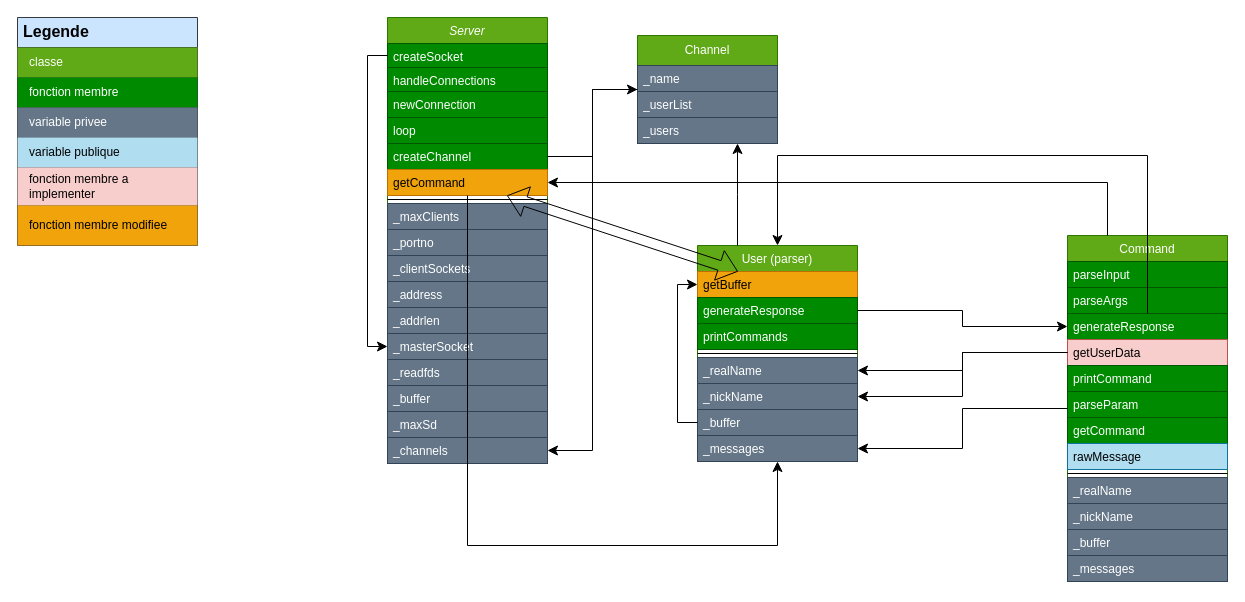
Earlier version of the draw.io diagram irc_diagram.drawio (LucasLion/irc). Source tidied: cells renumbered, new cells numbered last; positions are measured from the earlier drawing's top-left corner, leaving out a move shared by most shapes. Both pictures are drawn from the tidied source at 100%, with x=0, y=0 at pixel (17, 17).
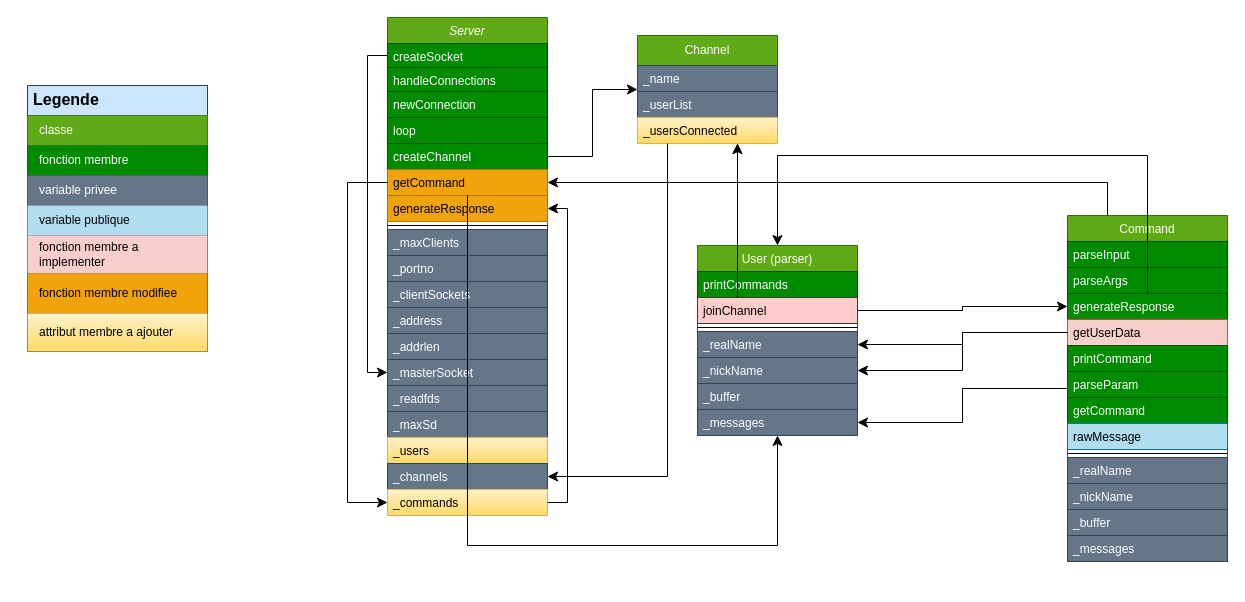
The same diagram, later.

Commit message:
Mettre à jour irc_diagram.drawio

The change refers to these unchanged cells:
```xml
<mxCell id="7" value="createChannel" style="text;align=left;verticalAlign=top;spacingLeft=4;spacingRight=4;overflow=hidden;points=[[0,0.5],[1,0.5]];portConstraint=eastwest;rounded=0;shadow=0;html=0;fillColor=#008a00;fontColor=#ffffff;strokeColor=#005700;" parent="2" vertex="1">
  <mxGeometry y="126" width="160" height="26" as="geometry" />
</mxCell>
<mxCell id="8" value="getCommand" style="text;align=left;verticalAlign=top;spacingLeft=4;spacingRight=4;overflow=hidden;points=[[0,0.5],[1,0.5]];portConstraint=eastwest;fillColor=#f0a30a;fontColor=#000000;strokeColor=#BD7000;" parent="2" vertex="1">
  <mxGeometry y="152" width="160" height="26" as="geometry" />
</mxCell>
<mxCell id="31" value="Channel" style="swimlane;fontStyle=0;horizontal=1;startSize=30;fillColor=#60a917;whiteSpace=wrap;html=1;fontColor=#ffffff;strokeColor=#2D7600;" parent="1" vertex="1">
  <mxGeometry x="620" y="18" width="140" height="108" as="geometry" />
</mxCell>
<mxCell id="40" value="generateResponse" style="text;align=left;verticalAlign=top;spacingLeft=4;spacingRight=4;overflow=hidden;points=[[0,0.5],[1,0.5]];portConstraint=eastwest;rounded=0;shadow=0;html=0;fillColor=#008a00;fontColor=#ffffff;strokeColor=#005700;" parent="37" vertex="1">
  <mxGeometry y="78" width="160" height="26" as="geometry" />
</mxCell>
<mxCell id="41" value="getUserData" style="text;align=left;verticalAlign=top;spacingLeft=4;spacingRight=4;overflow=hidden;points=[[0,0.5],[1,0.5]];portConstraint=eastwest;rounded=0;shadow=0;html=0;fillColor=#f8cecc;strokeColor=#b85450;" parent="37" vertex="1">
  <mxGeometry y="104" width="160" height="26" as="geometry" />
</mxCell>
```

Diff of the diagram source:
```diff
@@
     <mxCell id="2" value="Server" style="swimlane;fontStyle=2;align=center;verticalAlign=top;horizontal=1;startSize=26;rounded=0;shadow=0;strokeWidth=1;fillColor=#60a917;fontColor=#ffffff;strokeColor=#2D7600;" parent="1" vertex="1">
-      <mxGeometry x="370" width="160" height="446" as="geometry" />
+      <mxGeometry x="370" width="160" height="498" as="geometry" />
     </mxCell>
@@
+    <mxCell id="23" value="generateResponse" style="text;align=left;verticalAlign=top;spacingLeft=4;spacingRight=4;overflow=hidden;points=[[0,0.5],[1,0.5]];portConstraint=eastwest;fillColor=#f0a30a;fontColor=#000000;strokeColor=#BD7000;" parent="2" vertex="1">
+      <mxGeometry y="178" width="160" height="26" as="geometry" />
+    </mxCell>
     <mxCell id="9" style="line;html=1;strokeWidth=1;align=left;verticalAlign=middle;spacingTop=-1;spacingLeft=3;spacingRight=3;labelPosition=right;" parent="2" vertex="1">
-      <mxGeometry y="178" width="160" height="8" as="geometry" />
+      <mxGeometry y="204" width="160" height="8" as="geometry" />
     </mxCell>
     <mxCell id="10" value="_maxClients" style="text;align=left;verticalAlign=top;spacingLeft=4;spacingRight=4;overflow=hidden;rounded=0;shadow=0;html=0;fillColor=#647687;fontColor=#ffffff;strokeColor=#314354;" parent="2" vertex="1">
-      <mxGeometry y="186" width="160" height="26" as="geometry" />
+      <mxGeometry y="212" width="160" height="26" as="geometry" />
     </mxCell>
     <mxCell id="11" value="_portno" style="text;align=left;verticalAlign=top;spacingLeft=4;spacingRight=4;overflow=hidden;rounded=0;shadow=0;html=0;fillColor=#647687;fontColor=#ffffff;strokeColor=#314354;" parent="2" vertex="1">
-      <mxGeometry y="212" width="160" height="26" as="geometry" />
+      <mxGeometry y="238" width="160" height="26" as="geometry" />
     </mxCell>
     <mxCell id="12" value="_clientSockets" style="text;align=left;verticalAlign=top;spacingLeft=4;spacingRight=4;overflow=hidden;rounded=0;shadow=0;html=0;fillColor=#647687;fontColor=#ffffff;strokeColor=#314354;" parent="2" vertex="1">
-      <mxGeometry y="238" width="160" height="26" as="geometry" />
+      <mxGeometry y="264" width="160" height="26" as="geometry" />
     </mxCell>
     <mxCell id="13" value="_address" style="text;align=left;verticalAlign=top;spacingLeft=4;spacingRight=4;overflow=hidden;rounded=0;shadow=0;html=0;fillColor=#647687;fontColor=#ffffff;strokeColor=#314354;" parent="2" vertex="1">
-      <mxGeometry y="264" width="160" height="26" as="geometry" />
+      <mxGeometry y="290" width="160" height="26" as="geometry" />
     </mxCell>
     <mxCell id="14" value="_addrlen" style="text;align=left;verticalAlign=top;spacingLeft=4;spacingRight=4;overflow=hidden;rounded=0;shadow=0;html=0;fillColor=#647687;fontColor=#ffffff;strokeColor=#314354;" parent="2" vertex="1">
-      <mxGeometry y="290" width="160" height="26" as="geometry" />
+      <mxGeometry y="316" width="160" height="26" as="geometry" />
     </mxCell>
     <mxCell id="15" value="_masterSocket" style="text;align=left;verticalAlign=top;spacingLeft=4;spacingRight=4;overflow=hidden;points=[[0,0.5],[1,0.5]];portConstraint=eastwest;rounded=0;shadow=0;html=0;fillColor=#647687;fontColor=#ffffff;strokeColor=#314354;" parent="2" vertex="1">
-      <mxGeometry y="316" width="160" height="26" as="geometry" />
+      <mxGeometry y="342" width="160" height="26" as="geometry" />
     </mxCell>
     <mxCell id="16" value="_readfds&#10;" style="text;align=left;verticalAlign=top;spacingLeft=4;spacingRight=4;overflow=hidden;rounded=0;shadow=0;html=0;fillColor=#647687;fontColor=#ffffff;strokeColor=#314354;" parent="2" vertex="1">
-      <mxGeometry y="342" width="160" height="26" as="geometry" />
+      <mxGeometry y="368" width="160" height="26" as="geometry" />
     </mxCell>
-    <mxCell id="17" value="_buffer" style="text;align=left;verticalAlign=top;spacingLeft=4;spacingRight=4;overflow=hidden;rounded=0;shadow=0;html=0;fillColor=#647687;fontColor=#ffffff;strokeColor=#314354;" parent="2" vertex="1">
-      <mxGeometry y="368" width="160" height="26" as="geometry" />
-    </mxCell>
@@
+    <mxCell id="73" value="_users" style="text;align=left;verticalAlign=top;spacingLeft=4;spacingRight=4;overflow=hidden;rounded=0;shadow=0;html=0;fillColor=#fff2cc;strokeColor=#d6b656;gradientColor=#ffd966;" parent="2" vertex="1">
+      <mxGeometry y="420" width="160" height="26" as="geometry" />
+    </mxCell>
     <mxCell id="19" value="_channels" style="text;align=left;verticalAlign=top;spacingLeft=4;spacingRight=4;overflow=hidden;points=[[0,0.5],[1,0.5]];portConstraint=eastwest;rounded=0;shadow=0;html=0;fillColor=#647687;fontColor=#ffffff;strokeColor=#314354;" parent="2" vertex="1">
-      <mxGeometry y="420" width="160" height="26" as="geometry" />
+      <mxGeometry y="446" width="160" height="26" as="geometry" />
     </mxCell>
@@
+    <mxCell id="74" value="_commands" style="text;align=left;verticalAlign=top;spacingLeft=4;spacingRight=4;overflow=hidden;points=[[0,0.5],[1,0.5]];portConstraint=eastwest;rounded=0;shadow=0;html=0;fillColor=#fff2cc;strokeColor=#d6b656;gradientColor=#ffd966;" parent="2" vertex="1">
+      <mxGeometry y="472" width="160" height="26" as="geometry" />
+    </mxCell>
+    <mxCell id="75" style="edgeStyle=elbowEdgeStyle;elbow=horizontal;endArrow=classic;html=1;curved=0;rounded=0;endSize=8;startSize=8;" parent="2" edge="1" source="8" target="74">
+      <mxGeometry relative="1" as="geometry">
+        <Array as="points">
+          <mxPoint x="-40" y="318" />
+        </Array>
+      </mxGeometry>
+    </mxCell>
+    <mxCell id="76" style="edgeStyle=elbowEdgeStyle;elbow=horizontal;endArrow=classic;html=1;curved=0;rounded=0;endSize=8;startSize=8;" parent="2" edge="1" source="74" target="23">
+      <mxGeometry relative="1" as="geometry">
+        <Array as="points">
+          <mxPoint x="180" y="328" />
+        </Array>
+      </mxGeometry>
+    </mxCell>
     <mxCell id="21" value="User (parser)" style="swimlane;fontStyle=0;align=center;verticalAlign=top;horizontal=1;startSize=26;rounded=0;shadow=0;strokeWidth=1;fillColor=#60a917;fontColor=#ffffff;strokeColor=#2D7600;" parent="1" vertex="1">
-      <mxGeometry x="680" y="228" width="160" height="216" as="geometry" />
+      <mxGeometry x="680" y="228" width="160" height="190" as="geometry" />
     </mxCell>
-    <mxCell id="22" value="getBuffer" style="text;align=left;verticalAlign=top;spacingLeft=4;spacingRight=4;overflow=hidden;points=[[0,0.5],[1,0.5]];portConstraint=eastwest;fillColor=#f0a30a;fontColor=#000000;strokeColor=#BD7000;" parent="21" vertex="1">
-      <mxGeometry y="26" width="160" height="26" as="geometry" />
-    </mxCell>
-    <mxCell id="23" value="generateResponse" style="text;align=left;verticalAlign=top;spacingLeft=4;spacingRight=4;overflow=hidden;points=[[0,0.5],[1,0.5]];portConstraint=eastwest;rounded=0;shadow=0;html=0;fillColor=#008a00;fontColor=#ffffff;strokeColor=#005700;" parent="21" vertex="1">
-      <mxGeometry y="52" width="160" height="26" as="geometry" />
-    </mxCell>
     <mxCell id="24" value="printCommands" style="text;align=left;verticalAlign=top;spacingLeft=4;spacingRight=4;overflow=hidden;rounded=0;shadow=0;html=0;fillColor=#008a00;fontColor=#ffffff;strokeColor=#005700;" parent="21" vertex="1">
-      <mxGeometry y="78" width="160" height="26" as="geometry" />
+      <mxGeometry y="26" width="160" height="26" as="geometry" />
     </mxCell>
+    <mxCell id="77" value="joinChannel" style="text;align=left;verticalAlign=top;spacingLeft=4;spacingRight=4;overflow=hidden;points=[[0,0.5],[1,0.5]];portConstraint=eastwest;rounded=0;shadow=0;html=0;fillColor=#ffcccc;strokeColor=#36393d;" parent="21" vertex="1">
+      <mxGeometry y="52" width="160" height="26" as="geometry" />
+    </mxCell>
     <mxCell id="25" style="line;html=1;strokeWidth=1;align=left;verticalAlign=middle;spacingTop=-1;spacingLeft=3;spacingRight=3;labelPosition=right;" parent="21" vertex="1">
-      <mxGeometry y="104" width="160" height="8" as="geometry" />
+      <mxGeometry y="78" width="160" height="8" as="geometry" />
     </mxCell>
     <mxCell id="26" value="_realName" style="text;align=left;verticalAlign=top;spacingLeft=4;spacingRight=4;overflow=hidden;points=[[0,0.5],[1,0.5]];portConstraint=eastwest;rounded=0;shadow=0;html=0;fillColor=#647687;fontColor=#ffffff;strokeColor=#314354;" parent="21" vertex="1">
-      <mxGeometry y="112" width="160" height="26" as="geometry" />
+      <mxGeometry y="86" width="160" height="26" as="geometry" />
     </mxCell>
     <mxCell id="27" value="_nickName" style="text;align=left;verticalAlign=top;spacingLeft=4;spacingRight=4;overflow=hidden;points=[[0,0.5],[1,0.5]];portConstraint=eastwest;rounded=0;shadow=0;html=0;fillColor=#647687;fontColor=#ffffff;strokeColor=#314354;" parent="21" vertex="1">
-      <mxGeometry y="138" width="160" height="26" as="geometry" />
+      <mxGeometry y="112" width="160" height="26" as="geometry" />
     </mxCell>
     <mxCell id="28" value="_buffer" style="text;align=left;verticalAlign=top;spacingLeft=4;spacingRight=4;overflow=hidden;points=[[0,0.5],[1,0.5]];portConstraint=eastwest;rounded=0;shadow=0;html=0;fillColor=#647687;fontColor=#ffffff;strokeColor=#314354;" parent="21" vertex="1">
-      <mxGeometry y="164" width="160" height="26" as="geometry" />
+      <mxGeometry y="138" width="160" height="26" as="geometry" />
     </mxCell>
     <mxCell id="29" value="_messages" style="text;align=left;verticalAlign=top;spacingLeft=4;spacingRight=4;overflow=hidden;points=[[0,0.5],[1,0.5]];portConstraint=eastwest;rounded=0;shadow=0;html=0;fillColor=#647687;fontColor=#ffffff;strokeColor=#314354;" parent="21" vertex="1">
-      <mxGeometry y="190" width="160" height="26" as="geometry" />
+      <mxGeometry y="164" width="160" height="26" as="geometry" />
     </mxCell>
-    <mxCell id="30" style="edgeStyle=elbowEdgeStyle;elbow=horizontal;endArrow=classic;html=1;curved=0;rounded=0;endSize=8;startSize=8;" parent="21" edge="1" source="28" target="22">
-      <mxGeometry relative="1" as="geometry">
-        <Array as="points">
-          <mxPoint x="-20" y="100" />
-          <mxPoint x="170" y="110" />
-        </Array>
-      </mxGeometry>
-    </mxCell>
@@
-    <mxCell id="34" value="_users" style="text;strokeColor=#314354;fillColor=#647687;align=left;verticalAlign=top;spacingLeft=4;spacingRight=4;overflow=hidden;points=[[0,0.5],[1,0.5]];portConstraint=eastwest;whiteSpace=wrap;html=1;fontColor=#ffffff;" parent="31" vertex="1">
+    <mxCell id="34" value="_usersConnected" style="text;strokeColor=#d6b656;fillColor=#fff2cc;align=left;verticalAlign=top;spacingLeft=4;spacingRight=4;overflow=hidden;points=[[0,0.5],[1,0.5]];portConstraint=eastwest;whiteSpace=wrap;html=1;gradientColor=#ffd966;" parent="31" vertex="1">
       <mxGeometry y="82" width="140" height="26" as="geometry" />
     </mxCell>
-    <mxCell id="35" style="edgeStyle=elbowEdgeStyle;elbow=horizontal;endArrow=classic;html=1;curved=0;rounded=0;endSize=8;startSize=8;" parent="1" edge="1" source="31" target="19">
-      <mxGeometry relative="1" as="geometry" />
-    </mxCell>
-    <mxCell id="36" style="edgeStyle=elbowEdgeStyle;elbow=vertical;endArrow=classic;html=1;curved=0;rounded=0;endSize=8;startSize=8;" parent="1" edge="1" source="7" target="31">
-      <mxGeometry relative="1" as="geometry" />
-    </mxCell>
     <mxCell id="37" value="Command" style="swimlane;fontStyle=0;align=center;verticalAlign=top;horizontal=1;startSize=26;rounded=0;shadow=0;strokeWidth=1;fillColor=#60a917;fontColor=#ffffff;strokeColor=#2D7600;" parent="1" vertex="1">
-      <mxGeometry x="1050" y="218" width="160" height="346" as="geometry" />
+      <mxGeometry x="1050" y="198" width="160" height="346" as="geometry" />
     </mxCell>
@@
+    <mxCell id="66" style="edgeStyle=elbowEdgeStyle;elbow=horizontal;endArrow=classic;html=1;curved=0;rounded=0;endSize=8;startSize=8;" parent="1" edge="1" target="40">
+      <mxGeometry relative="1" as="geometry">
+        <mxPoint x="840" y="293" as="sourcePoint" />
+      </mxGeometry>
+    </mxCell>
+    <mxCell id="67" style="edgeStyle=elbowEdgeStyle;elbow=vertical;endArrow=classic;html=1;curved=0;rounded=0;endSize=8;startSize=8;" parent="1" edge="1" source="40" target="21">
+      <mxGeometry relative="1" as="geometry">
+        <Array as="points">
+          <mxPoint x="900" y="138" />
+          <mxPoint x="1090" y="138" />
+        </Array>
+      </mxGeometry>
+    </mxCell>
+    <mxCell id="68" style="edgeStyle=elbowEdgeStyle;elbow=horizontal;endArrow=classic;html=1;curved=0;rounded=0;endSize=8;startSize=8;" parent="1" edge="1" source="41" target="26">
+      <mxGeometry relative="1" as="geometry" />
+    </mxCell>
+    <mxCell id="69" style="edgeStyle=elbowEdgeStyle;elbow=horizontal;endArrow=classic;html=1;curved=0;rounded=0;endSize=8;startSize=8;exitX=0;exitY=0.5;exitDx=0;exitDy=0;" parent="1" edge="1" source="41" target="27">
+      <mxGeometry relative="1" as="geometry" />
+    </mxCell>
+    <mxCell id="71" style="edgeStyle=elbowEdgeStyle;elbow=horizontal;endArrow=classic;html=1;curved=0;rounded=0;endSize=8;startSize=8;" parent="1" edge="1" source="37" target="8">
+      <mxGeometry relative="1" as="geometry">
+        <Array as="points">
+          <mxPoint x="1090" y="198" />
+        </Array>
+      </mxGeometry>
+    </mxCell>
+    <mxCell id="72" style="edgeStyle=elbowEdgeStyle;elbow=horizontal;endArrow=classic;html=1;curved=0;rounded=0;endSize=8;startSize=8;" parent="1" edge="1" source="8" target="29">
+      <mxGeometry relative="1" as="geometry">
+        <Array as="points">
+          <mxPoint x="570" y="528" />
+        </Array>
+      </mxGeometry>
+    </mxCell>
     <mxCell id="53" value="Legende" style="shape=table;startSize=30;childLayout=tableLayout;fontSize=16;align=left;verticalAlign=top;fillColor=#cce5ff;strokeColor=#36393d;fontStyle=1;spacingLeft=6;spacing=0;" parent="1" vertex="1">
-      <mxGeometry width="180" height="228" as="geometry" />
+      <mxGeometry x="10" y="68" width="180" height="266" as="geometry" />
     </mxCell>
@@
-    <mxCell id="66" style="edgeStyle=elbowEdgeStyle;elbow=horizontal;endArrow=classic;html=1;curved=0;rounded=0;endSize=8;startSize=8;" parent="1" edge="1" source="23" target="40">
-      <mxGeometry relative="1" as="geometry" />
-    </mxCell>
-    <mxCell id="67" style="edgeStyle=elbowEdgeStyle;elbow=vertical;endArrow=classic;html=1;curved=0;rounded=0;endSize=8;startSize=8;" parent="1" edge="1" source="40" target="21">
-      <mxGeometry relative="1" as="geometry">
-        <Array as="points">
-          <mxPoint x="900" y="138" />
-          <mxPoint x="1090" y="138" />
-        </Array>
-      </mxGeometry>
-    </mxCell>
-    <mxCell id="68" style="edgeStyle=elbowEdgeStyle;elbow=horizontal;endArrow=classic;html=1;curved=0;rounded=0;endSize=8;startSize=8;" parent="1" edge="1" source="41" target="26">
-      <mxGeometry relative="1" as="geometry" />
-    </mxCell>
-    <mxCell id="69" style="edgeStyle=elbowEdgeStyle;elbow=horizontal;endArrow=classic;html=1;curved=0;rounded=0;endSize=8;startSize=8;exitX=0;exitY=0.5;exitDx=0;exitDy=0;" parent="1" edge="1" source="41" target="27">
-      <mxGeometry relative="1" as="geometry" />
-    </mxCell>
-    <mxCell id="70" style="shape=flexArrow;endArrow=classic;startArrow=classic;html=1;rounded=0;" parent="1" edge="1" source="8" target="22">
-      <mxGeometry relative="1" as="geometry" />
-    </mxCell>
-    <mxCell id="71" style="edgeStyle=elbowEdgeStyle;elbow=horizontal;endArrow=classic;html=1;curved=0;rounded=0;endSize=8;startSize=8;" parent="1" edge="1" source="37" target="8">
-      <mxGeometry relative="1" as="geometry">
-        <Array as="points">
-          <mxPoint x="1090" y="198" />
-        </Array>
-      </mxGeometry>
-    </mxCell>
-    <mxCell id="72" style="edgeStyle=elbowEdgeStyle;elbow=horizontal;endArrow=classic;html=1;curved=0;rounded=0;endSize=8;startSize=8;" parent="1" edge="1" source="8" target="29">
-      <mxGeometry relative="1" as="geometry">
-        <Array as="points">
-          <mxPoint x="570" y="528" />
-        </Array>
-      </mxGeometry>
-    </mxCell>
+    <mxCell id="78" style="shape=tableRow;horizontal=0;startSize=0;swimlaneHead=0;swimlaneBody=0;strokeColor=inherit;top=0;left=0;bottom=0;right=0;fillColor=none;fontSize=12;" parent="53" vertex="1">
+      <mxGeometry y="228" width="180" height="38" as="geometry" />
+    </mxCell>
+    <mxCell id="79" value="attribut membre a ajouter" style="shape=partialRectangle;html=1;whiteSpace=wrap;strokeColor=#d6b656;overflow=hidden;fillColor=#fff2cc;top=0;left=0;bottom=0;right=0;fontSize=12;align=left;spacingLeft=10;spacingRight=4;gradientColor=#ffd966;" parent="78" vertex="1">
+      <mxGeometry width="180" height="38" as="geometry" />
+    </mxCell>
+    <mxCell id="36" style="edgeStyle=elbowEdgeStyle;elbow=horizontal;endArrow=classic;html=1;curved=0;rounded=0;endSize=8;startSize=8;" parent="1" edge="1" source="7" target="31">
+      <mxGeometry relative="1" as="geometry" />
+    </mxCell>
+    <mxCell id="35" style="edgeStyle=elbowEdgeStyle;elbow=horizontal;endArrow=classic;html=1;curved=0;rounded=0;endSize=8;startSize=8;" parent="1" edge="1" source="31" target="19">
+      <mxGeometry relative="1" as="geometry">
+        <Array as="points">
+          <mxPoint x="650" y="248" />
+        </Array>
+      </mxGeometry>
+    </mxCell>
+    <mxCell id="80" style="edgeStyle=elbowEdgeStyle;elbow=horizontal;endArrow=classic;html=1;curved=0;rounded=0;endSize=8;startSize=8;" parent="1" edge="1" source="77" target="34">
+      <mxGeometry relative="1" as="geometry" />
+    </mxCell>
```
